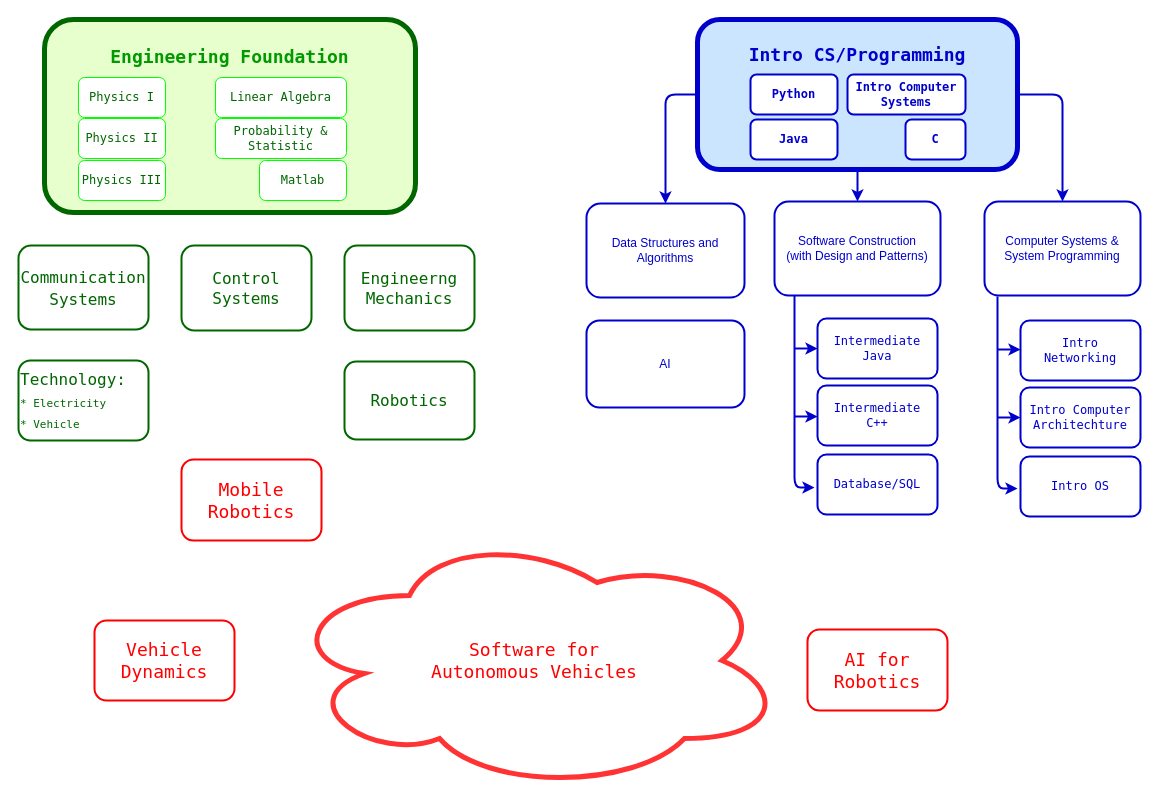
The draw.io diagram self-study.drawio in tqvnde/learning-notes, before the edit. Source tidied: cells renumbered, new cells numbered last; positions are measured from the earlier drawing's top-left corner, leaving out a move shared by most shapes. Both pictures are drawn from the tidied source at 100%, with x=0, y=0 at pixel (18, 19).
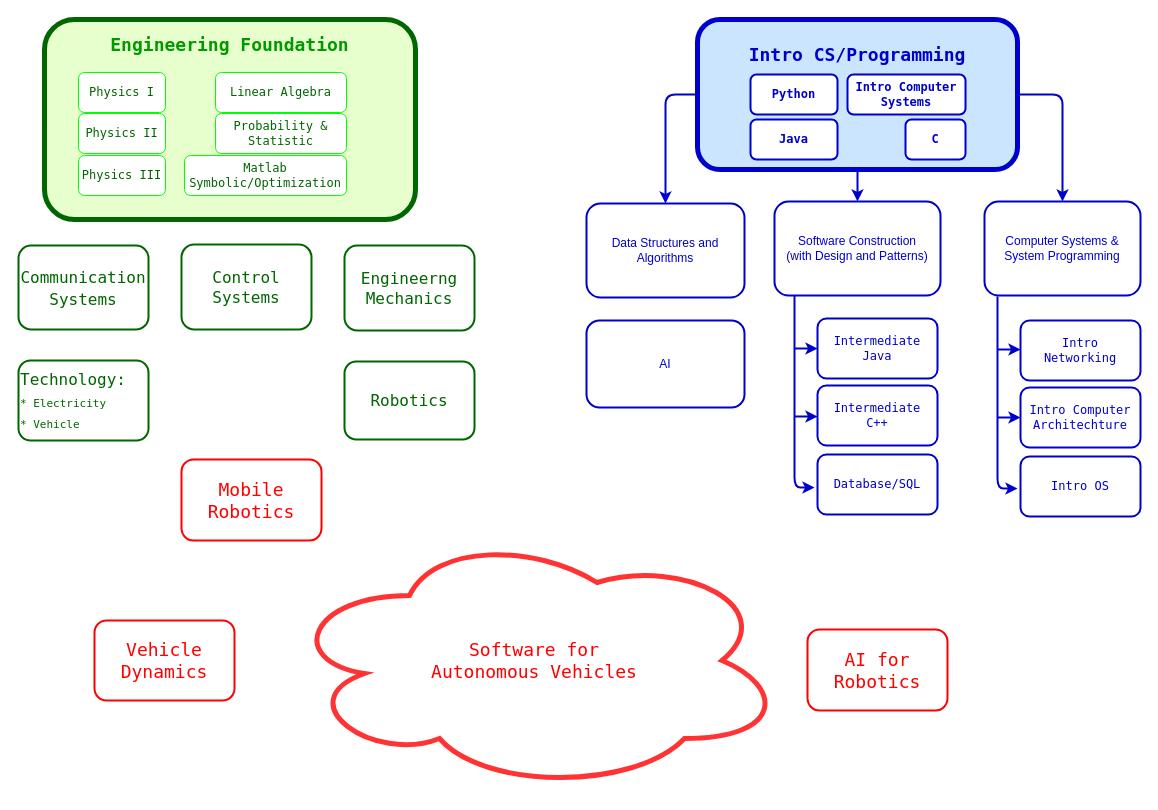
The same diagram, later.

The edit, as a diff of the source:
```diff
@@
-    <mxCell id="2" value="Engineering Foundation" style="rounded=1;whiteSpace=wrap;html=1;spacingTop=-120;fontColor=#009900;fontFamily=Lucida Console;fontSize=18;fontStyle=1;strokeColor=#006600;strokeWidth=5;fillColor=#E6FFCC;" parent="1" vertex="1">
-      <mxGeometry x="26" width="371" height="193" as="geometry" />
+    <mxCell id="2" value="Engineering Foundation" style="rounded=1;whiteSpace=wrap;html=1;spacingTop=-150;fontColor=#009900;fontFamily=Lucida Console;fontSize=18;fontStyle=1;strokeColor=#006600;strokeWidth=5;fillColor=#E6FFCC;" parent="1" vertex="1">
+      <mxGeometry x="26" width="371" height="200" as="geometry" />
     </mxCell>
@@
     <mxCell id="13" value="Physics I" style="rounded=1;whiteSpace=wrap;html=1;fontColor=#006600;strokeColor=#00FF00;fontFamily=Lucida Console;" parent="1" vertex="1">
-      <mxGeometry x="60" y="58" width="87" height="40" as="geometry" />
+      <mxGeometry x="60" y="53" width="87" height="40" as="geometry" />
     </mxCell>
@@
     <mxCell id="28" value="Physics II" style="rounded=1;whiteSpace=wrap;html=1;fontColor=#006600;strokeColor=#00FF00;fontFamily=Lucida Console;" parent="1" vertex="1">
-      <mxGeometry x="60" y="99" width="87" height="40" as="geometry" />
+      <mxGeometry x="60" y="94" width="87" height="40" as="geometry" />
     </mxCell>
     <mxCell id="29" value="Physics III" style="rounded=1;whiteSpace=wrap;html=1;fontColor=#006600;strokeColor=#00FF00;fontFamily=Lucida Console;" parent="1" vertex="1">
-      <mxGeometry x="60" y="141" width="87" height="40" as="geometry" />
+      <mxGeometry x="60" y="136" width="87" height="40" as="geometry" />
     </mxCell>
     <mxCell id="30" value="Linear Algebra" style="rounded=1;whiteSpace=wrap;html=1;fontColor=#006600;strokeColor=#00FF00;fontFamily=Lucida Console;" parent="1" vertex="1">
-      <mxGeometry x="197" y="58" width="131" height="40" as="geometry" />
+      <mxGeometry x="197" y="53" width="131" height="40" as="geometry" />
     </mxCell>
     <mxCell id="31" value="Probability &amp;amp; Statistic" style="rounded=1;whiteSpace=wrap;html=1;fontColor=#006600;strokeColor=#00FF00;fontFamily=Lucida Console;" parent="1" vertex="1">
-      <mxGeometry x="197" y="99" width="131" height="40" as="geometry" />
+      <mxGeometry x="197" y="94" width="131" height="40" as="geometry" />
     </mxCell>
-    <mxCell id="32" value="Matlab" style="rounded=1;whiteSpace=wrap;html=1;fontColor=#006600;strokeColor=#00FF00;fontFamily=Lucida Console;" parent="1" vertex="1">
-      <mxGeometry x="241" y="141" width="87" height="40" as="geometry" />
+    <mxCell id="32" value="Matlab&lt;br&gt;Symbolic/Optimization" style="rounded=1;whiteSpace=wrap;html=1;fontColor=#006600;strokeColor=#00FF00;fontFamily=Lucida Console;" parent="1" vertex="1">
+      <mxGeometry x="166" y="136" width="162" height="40" as="geometry" />
     </mxCell>
@@
     <mxCell id="35" value="Control Systems" style="rounded=1;whiteSpace=wrap;html=1;fontFamily=Lucida Console;fontSize=16;fontColor=#006600;strokeColor=#006600;strokeWidth=2;fillColor=#FFFFFF;" parent="1" vertex="1">
-      <mxGeometry x="163" y="226" width="130" height="85" as="geometry" />
+      <mxGeometry x="163" y="225" width="130" height="85" as="geometry" />
     </mxCell>
```
